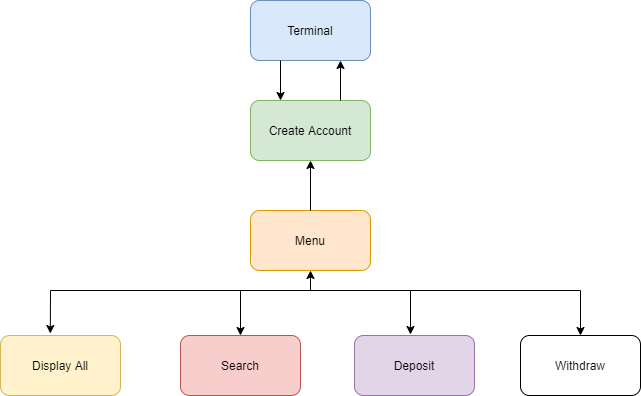
Above: 2_Architecture/hld_1.png in priyankabb153/LTTS_Mini_project (draw.io), before the change. Source tidied: cells renumbered, new cells last; positions are measured from the earlier drawing's top-left corner, leaving out a move shared by most shapes.
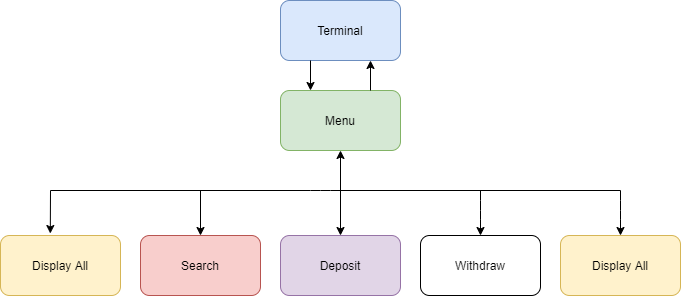
The same file after the commit.

Diff of the diagram source:
```diff
@@ -3,25 +3,22 @@
     <mxCell id="0" />
     <mxCell id="1" parent="0" />
     <mxCell id="2" value="Terminal" style="rounded=1;whiteSpace=wrap;html=1;fillColor=#dae8fc;strokeColor=#6c8ebf;" parent="1" vertex="1">
-      <mxGeometry x="250" width="120" height="60" as="geometry" />
+      <mxGeometry x="280" y="100" width="120" height="60" as="geometry" />
     </mxCell>
-    <mxCell id="3" value="Menu" style="rounded=1;whiteSpace=wrap;html=1;fillColor=#ffe6cc;strokeColor=#d79b00;" parent="1" vertex="1">
-      <mxGeometry x="250" y="210" width="120" height="60" as="geometry" />
-    </mxCell>
-    <mxCell id="4" value="Create Account" style="rounded=1;whiteSpace=wrap;html=1;fillColor=#d5e8d4;strokeColor=#82b366;" parent="1" vertex="1">
-      <mxGeometry x="250" y="100" width="120" height="60" as="geometry" />
+    <mxCell id="4" value="Menu" style="rounded=1;whiteSpace=wrap;html=1;fillColor=#d5e8d4;strokeColor=#82b366;" parent="1" vertex="1">
+      <mxGeometry x="280" y="190" width="120" height="60" as="geometry" />
     </mxCell>
     <mxCell id="5" value="Display All" style="rounded=1;whiteSpace=wrap;html=1;fillColor=#fff2cc;strokeColor=#d6b656;" parent="1" vertex="1">
       <mxGeometry y="335" width="120" height="60" as="geometry" />
     </mxCell>
     <mxCell id="6" value="Deposit" style="rounded=1;whiteSpace=wrap;html=1;fillColor=#e1d5e7;strokeColor=#9673a6;" parent="1" vertex="1">
-      <mxGeometry x="354" y="335" width="120" height="60" as="geometry" />
+      <mxGeometry x="280" y="335" width="120" height="60" as="geometry" />
     </mxCell>
     <mxCell id="7" value="Withdraw" style="rounded=1;whiteSpace=wrap;html=1;" parent="1" vertex="1">
-      <mxGeometry x="520" y="335" width="120" height="60" as="geometry" />
+      <mxGeometry x="420" y="335" width="120" height="60" as="geometry" />
     </mxCell>
     <mxCell id="8" value="Search" style="rounded=1;whiteSpace=wrap;html=1;fillColor=#f8cecc;strokeColor=#b85450;" parent="1" vertex="1">
-      <mxGeometry x="180" y="335" width="120" height="60" as="geometry" />
+      <mxGeometry x="140" y="335" width="120" height="60" as="geometry" />
     </mxCell>
     <mxCell id="9" style="endArrow=classic;html=1;exitX=0.25;exitY=1;exitDx=0;exitDy=0;entryX=0.25;entryY=0;entryDx=0;entryDy=0;" parent="1" edge="1" source="2" target="4">
       <mxGeometry relative="1" as="geometry" />
@@ -29,13 +26,13 @@
     <mxCell id="10" style="endArrow=classic;html=1;exitX=0.75;exitY=0;exitDx=0;exitDy=0;entryX=0.75;entryY=1;entryDx=0;entryDy=0;" parent="1" edge="1" source="4" target="2">
       <mxGeometry relative="1" as="geometry" />
     </mxCell>
-    <mxCell id="11" style="endArrow=classic;html=1;exitX=0.5;exitY=0;exitDx=0;exitDy=0;entryX=0.5;entryY=1;entryDx=0;entryDy=0;" parent="1" edge="1" source="3" target="4">
-      <mxGeometry relative="1" as="geometry" />
-    </mxCell>
     <mxCell id="12" style="endArrow=none;html=1;" parent="1" edge="1">
       <mxGeometry relative="1" as="geometry">
         <mxPoint x="50" y="290" as="sourcePoint" />
-        <mxPoint x="580" y="290" as="targetPoint" />
+        <mxPoint x="620" y="290" as="targetPoint" />
+        <Array as="points">
+          <mxPoint x="320" y="290" />
+        </Array>
       </mxGeometry>
     </mxCell>
     <mxCell id="13" style="endArrow=classic;html=1;entryX=0.415;entryY=-0.033;entryDx=0;entryDy=0;entryPerimeter=0;" parent="1" edge="1" target="5">
@@ -43,26 +40,39 @@
         <mxPoint x="50" y="290" as="sourcePoint" />
       </mxGeometry>
     </mxCell>
-    <mxCell id="14" style="endArrow=classic;html=1;entryX=0.5;entryY=0;entryDx=0;entryDy=0;" parent="1" edge="1" target="8">
-      <mxGeometry relative="1" as="geometry">
-        <mxPoint x="240" y="290" as="sourcePoint" />
-      </mxGeometry>
-    </mxCell>
-    <mxCell id="15" style="endArrow=classic;html=1;" parent="1" edge="1">
-      <mxGeometry relative="1" as="geometry">
-        <mxPoint x="410" y="290" as="sourcePoint" />
-        <mxPoint x="410" y="334" as="targetPoint" />
-      </mxGeometry>
-    </mxCell>
-    <mxCell id="16" style="endArrow=classic;html=1;entryX=0.5;entryY=0;entryDx=0;entryDy=0;" parent="1" edge="1" target="7">
-      <mxGeometry relative="1" as="geometry">
-        <mxPoint x="580" y="290" as="sourcePoint" />
-      </mxGeometry>
-    </mxCell>
-    <mxCell id="17" style="endArrow=classic;html=1;entryX=0.5;entryY=1;entryDx=0;entryDy=0;" parent="1" edge="1" target="3">
+    <mxCell id="17" style="endArrow=classic;html=1;entryX=0.5;entryY=1;entryDx=0;entryDy=0;" parent="1" edge="1" target="4">
       <mxGeometry relative="1" as="geometry">
-        <mxPoint x="310" y="290" as="sourcePoint" />
+        <mxPoint x="340" y="290" as="sourcePoint" />
       </mxGeometry>
     </mxCell>
+    <mxCell id="18" value="Display All" style="rounded=1;whiteSpace=wrap;html=1;fillColor=#fff2cc;strokeColor=#d6b656;" parent="1" vertex="1">
+      <mxGeometry x="560" y="335" width="120" height="60" as="geometry" />
+    </mxCell>
+    <mxCell id="19" style="endArrow=classic;html=1;entryX=0.5;entryY=0;entryDx=0;entryDy=0;" parent="1" edge="1" target="8">
+      <mxGeometry relative="1" as="geometry">
+        <mxPoint x="200" y="290" as="sourcePoint" />
+      </mxGeometry>
+    </mxCell>
+    <mxCell id="20" style="endArrow=classic;html=1;entryX=0.5;entryY=0;entryDx=0;entryDy=0;" parent="1" edge="1" target="6">
+      <mxGeometry relative="1" as="geometry">
+        <mxPoint x="340" y="290" as="sourcePoint" />
+      </mxGeometry>
+    </mxCell>
+    <mxCell id="21" style="endArrow=classic;html=1;entryX=0.5;entryY=0;entryDx=0;entryDy=0;" parent="1" edge="1" target="7">
+      <mxGeometry relative="1" as="geometry">
+        <mxPoint x="480" y="290" as="sourcePoint" />
+        <Array as="points">
+          <mxPoint x="480" y="310" />
+        </Array>
+      </mxGeometry>
+    </mxCell>
+    <mxCell id="22" style="endArrow=classic;html=1;entryX=0.5;entryY=0;entryDx=0;entryDy=0;" parent="1" edge="1" target="18">
+      <mxGeometry relative="1" as="geometry">
+        <mxPoint x="620" y="290" as="sourcePoint" />
+        <Array as="points">
+          <mxPoint x="620" y="310" />
+        </Array>
+      </mxGeometry>
+    </mxCell>
   </root>
 </mxGraphModel>
```
